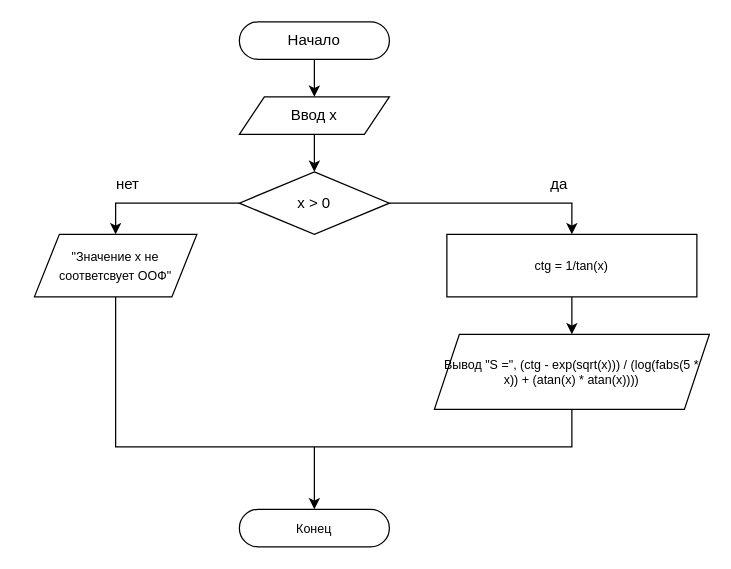
Before: page "EX_2" (2 of 9) of Диаграмма без названия.drawio in mrkrein/Voenmeh, a draw.io diagram. Source tidied: cells renumbered, new cells numbered last; positions are measured from the earlier drawing's top-left corner, leaving out a move shared by most shapes. Both pictures are drawn from the tidied source at 125%, with x=0, y=0 at pixel (34, 21).
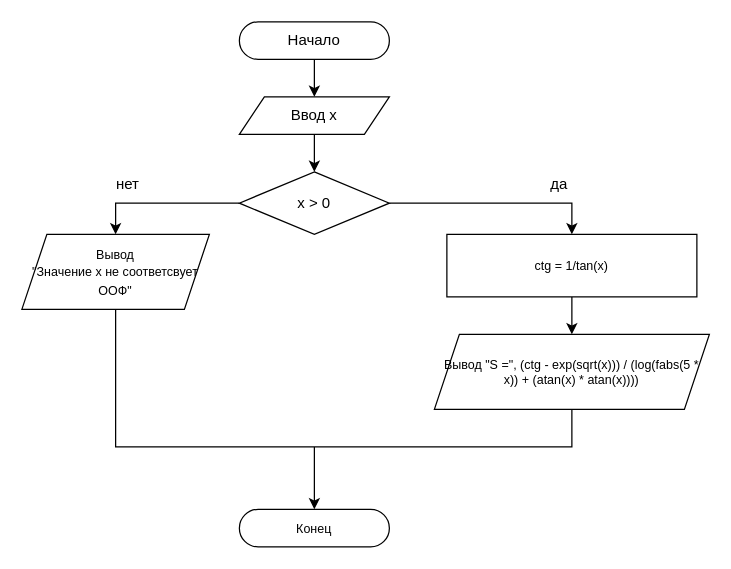
The same page after the edit.

What changed in the source:
```diff
@@
-    <mxCell id="7" value="&lt;font style=&quot;font-size: 10px;&quot;&gt;&quot;Значение x не соответсвует ООФ&quot;&lt;/font&gt;" style="shape=parallelogram;perimeter=parallelogramPerimeter;whiteSpace=wrap;html=1;fixedSize=1;" parent="1" vertex="1">
-      <mxGeometry y="170" width="130" height="50" as="geometry" />
+    <mxCell id="7" value="&lt;div&gt;&lt;font style=&quot;font-size: 10px;&quot;&gt;Вывод &lt;br&gt;&lt;/font&gt;&lt;/div&gt;&lt;div&gt;&lt;font style=&quot;font-size: 10px;&quot;&gt;&quot;Значение x не соответсвует ООФ&quot;&lt;/font&gt;&lt;/div&gt;" style="shape=parallelogram;perimeter=parallelogramPerimeter;whiteSpace=wrap;html=1;fixedSize=1;" parent="1" vertex="1">
+      <mxGeometry x="-10" y="170" width="150" height="60" as="geometry" />
     </mxCell>
```
